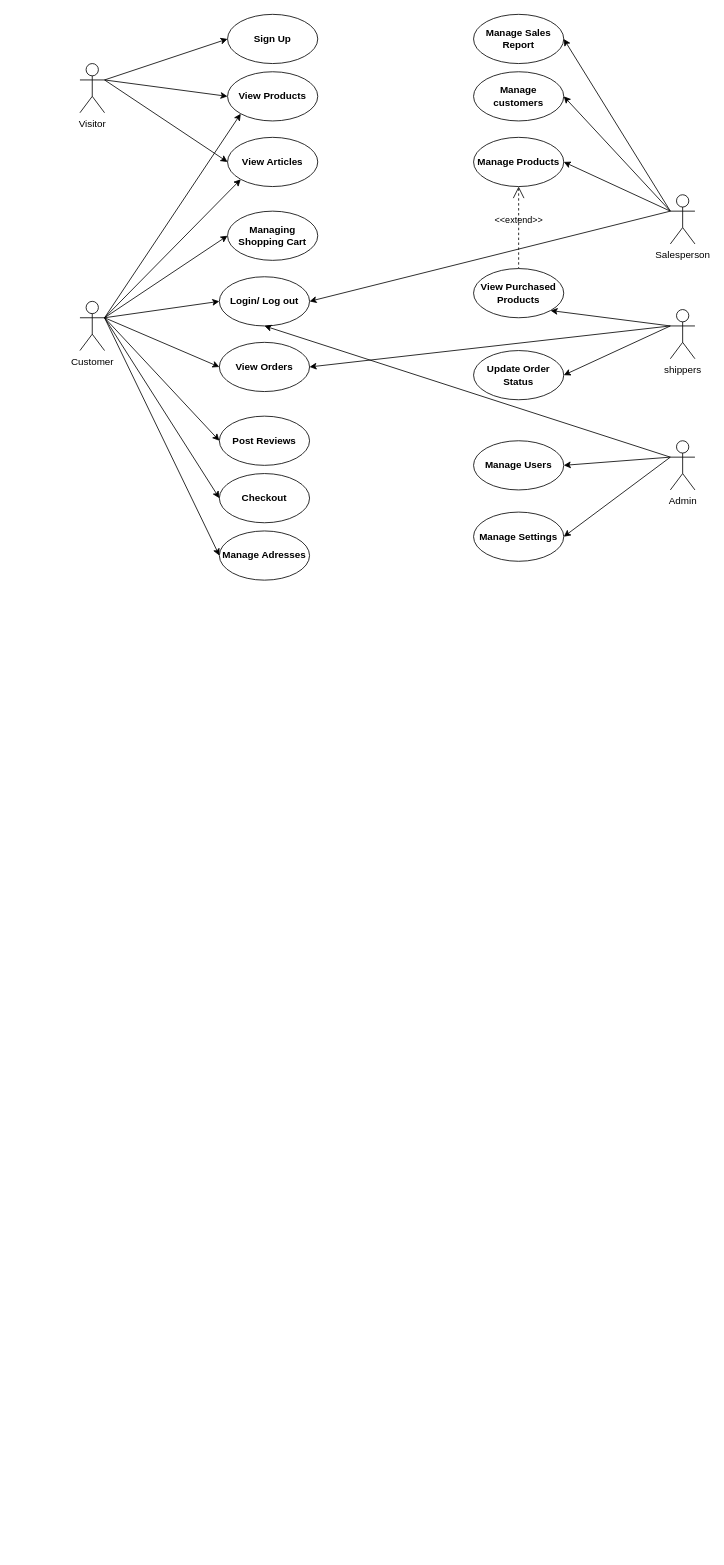
Above: page "OverView" (1 of 5) of 03-Solution Design/02-Use Case, Classes, Database/Use Case.drawio in Chufeng-Jiang/Java_SpringBoot_DubaiShop_E-Commerce (draw.io), before the change. Source tidied: cells renumbered, new cells numbered last; positions are measured from the earlier drawing's top-left corner, leaving out a move shared by most shapes. Both pictures are drawn from the tidied source at 82%, with x=0, y=0 at pixel (80, 14).
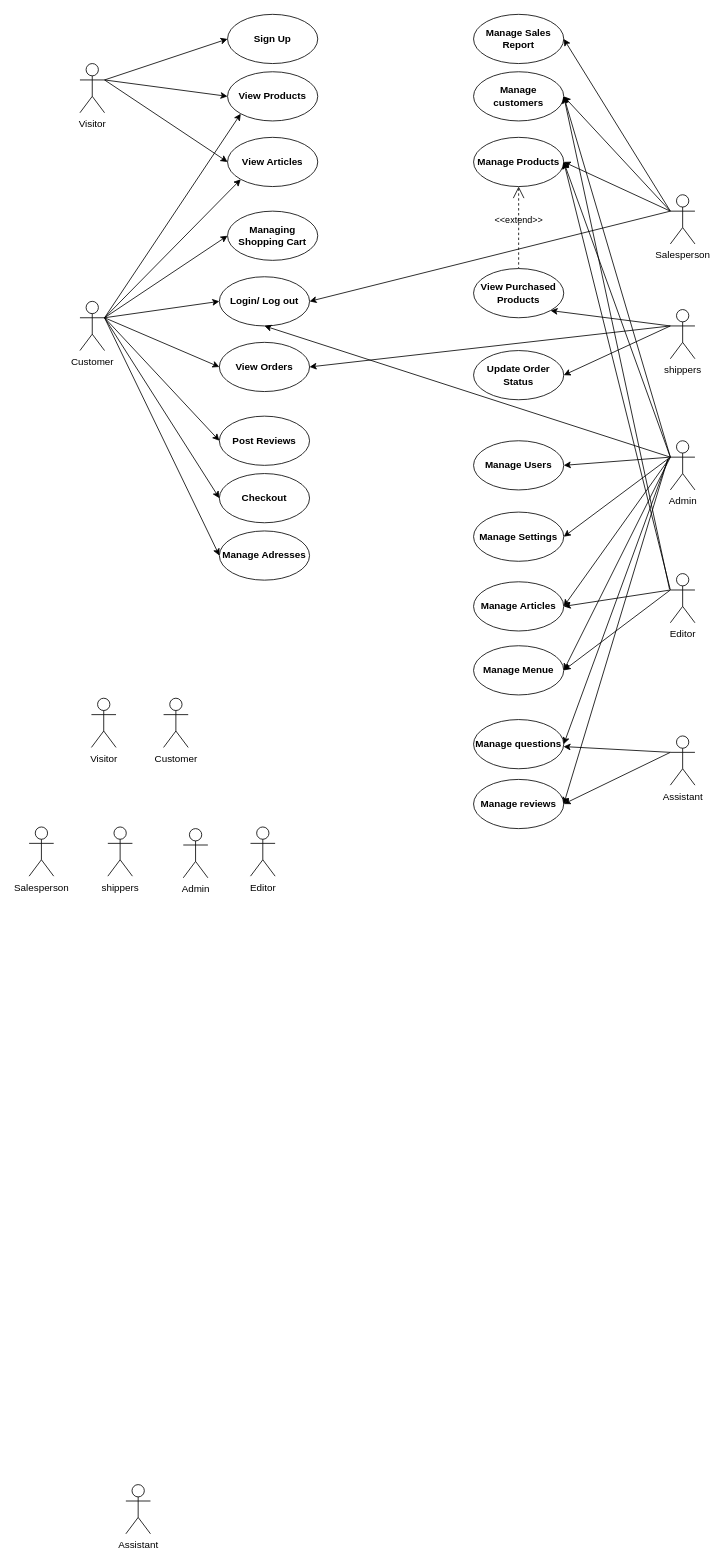
The same page after the edit.

Unchanged cells that the change refers to:
```xml
<mxCell id="14" value="Manage customers" style="shape=ellipse;html=1;strokeWidth=1;fontStyle=1;whiteSpace=wrap;align=center;perimeter=ellipsePerimeter;" parent="1" vertex="1">
  <mxGeometry x="480" y="70" width="110" height="60" as="geometry" />
</mxCell>
<mxCell id="15" value="Manage Products" style="shape=ellipse;html=1;strokeWidth=1;fontStyle=1;whiteSpace=wrap;align=center;perimeter=ellipsePerimeter;" parent="1" vertex="1">
  <mxGeometry x="480" y="150" width="110" height="60" as="geometry" />
</mxCell>
<mxCell id="38" value="Admin" style="shape=umlActor;html=1;verticalLabelPosition=bottom;verticalAlign=top;align=center;" parent="1" vertex="1">
  <mxGeometry x="720" y="520" width="30" height="60" as="geometry" />
</mxCell>
```

Change to the diagram source:
```diff
@@
+    <mxCell id="45" value="Assistant" style="shape=umlActor;html=1;verticalLabelPosition=bottom;verticalAlign=top;align=center;" parent="1" vertex="1">
+      <mxGeometry x="720" y="880" width="30" height="60" as="geometry" />
+    </mxCell>
+    <mxCell id="46" value="Manage questions" style="shape=ellipse;html=1;strokeWidth=1;fontStyle=1;whiteSpace=wrap;align=center;perimeter=ellipsePerimeter;" parent="1" vertex="1">
+      <mxGeometry x="480" y="860" width="110" height="60" as="geometry" />
+    </mxCell>
+    <mxCell id="47" value="Manage reviews" style="shape=ellipse;html=1;strokeWidth=1;fontStyle=1;whiteSpace=wrap;align=center;perimeter=ellipsePerimeter;" parent="1" vertex="1">
+      <mxGeometry x="480" y="933" width="110" height="60" as="geometry" />
+    </mxCell>
+    <mxCell id="48" style="endArrow=classic;html=1;rounded=0;exitX=0;exitY=0.3333333333333333;exitDx=0;exitDy=0;exitPerimeter=0;" parent="1" edge="1" source="45" target="46">
+      <mxGeometry relative="1" as="geometry" />
+    </mxCell>
+    <mxCell id="49" style="endArrow=classic;html=1;rounded=0;exitX=0;exitY=0.3333333333333333;exitDx=0;exitDy=0;exitPerimeter=0;entryX=1;entryY=0.5;entryDx=0;entryDy=0;" parent="1" edge="1" source="45" target="47">
+      <mxGeometry relative="1" as="geometry" />
+    </mxCell>
+    <mxCell id="50" value="Editor" style="shape=umlActor;html=1;verticalLabelPosition=bottom;verticalAlign=top;align=center;" parent="1" vertex="1">
+      <mxGeometry x="720" y="682" width="30" height="60" as="geometry" />
+    </mxCell>
+    <mxCell id="51" value="Manage Articles" style="shape=ellipse;html=1;strokeWidth=1;fontStyle=1;whiteSpace=wrap;align=center;perimeter=ellipsePerimeter;" parent="1" vertex="1">
+      <mxGeometry x="480" y="692" width="110" height="60" as="geometry" />
+    </mxCell>
+    <mxCell id="52" value="Manage Menue" style="shape=ellipse;html=1;strokeWidth=1;fontStyle=1;whiteSpace=wrap;align=center;perimeter=ellipsePerimeter;" parent="1" vertex="1">
+      <mxGeometry x="480" y="770" width="110" height="60" as="geometry" />
+    </mxCell>
+    <mxCell id="53" style="endArrow=classic;html=1;rounded=0;exitX=0;exitY=0.3333333333333333;exitDx=0;exitDy=0;exitPerimeter=0;entryX=1;entryY=0.5;entryDx=0;entryDy=0;" parent="1" edge="1" source="38" target="15">
+      <mxGeometry relative="1" as="geometry" />
+    </mxCell>
+    <mxCell id="54" style="endArrow=classic;html=1;rounded=0;exitX=0;exitY=0.3333333333333333;exitDx=0;exitDy=0;exitPerimeter=0;entryX=1;entryY=0.5;entryDx=0;entryDy=0;" parent="1" edge="1" source="38" target="51">
+      <mxGeometry relative="1" as="geometry" />
+    </mxCell>
+    <mxCell id="55" style="endArrow=classic;html=1;rounded=0;exitX=0;exitY=0.3333333333333333;exitDx=0;exitDy=0;exitPerimeter=0;entryX=1;entryY=0.5;entryDx=0;entryDy=0;" parent="1" edge="1" source="38" target="52">
+      <mxGeometry relative="1" as="geometry" />
+    </mxCell>
+    <mxCell id="56" style="endArrow=classic;html=1;rounded=0;exitX=0;exitY=0.3333333333333333;exitDx=0;exitDy=0;exitPerimeter=0;entryX=1;entryY=0.5;entryDx=0;entryDy=0;" parent="1" edge="1" source="50" target="15">
+      <mxGeometry relative="1" as="geometry" />
+    </mxCell>
+    <mxCell id="57" style="endArrow=classic;html=1;rounded=0;exitX=0;exitY=0.3333333333333333;exitDx=0;exitDy=0;exitPerimeter=0;entryX=1;entryY=0.5;entryDx=0;entryDy=0;" parent="1" edge="1" source="50" target="51">
+      <mxGeometry relative="1" as="geometry" />
+    </mxCell>
+    <mxCell id="58" style="endArrow=classic;html=1;rounded=0;exitX=0;exitY=0.3333333333333333;exitDx=0;exitDy=0;exitPerimeter=0;entryX=1;entryY=0.5;entryDx=0;entryDy=0;" parent="1" edge="1" source="50" target="52">
+      <mxGeometry relative="1" as="geometry" />
+    </mxCell>
+    <mxCell id="59" style="endArrow=classic;html=1;rounded=0;entryX=1;entryY=0.5;entryDx=0;entryDy=0;" parent="1" edge="1" target="46">
+      <mxGeometry relative="1" as="geometry">
+        <mxPoint x="717" y="543" as="sourcePoint" />
+      </mxGeometry>
+    </mxCell>
+    <mxCell id="60" style="endArrow=classic;html=1;rounded=0;entryX=1;entryY=0.5;entryDx=0;entryDy=0;" parent="1" edge="1" target="47">
+      <mxGeometry relative="1" as="geometry">
+        <mxPoint x="717" y="542" as="sourcePoint" />
+      </mxGeometry>
+    </mxCell>
+    <mxCell id="61" style="endArrow=classic;html=1;rounded=0;exitX=0;exitY=0.3333333333333333;exitDx=0;exitDy=0;exitPerimeter=0;entryX=1;entryY=0.5;entryDx=0;entryDy=0;" parent="1" edge="1" source="38" target="14">
+      <mxGeometry relative="1" as="geometry" />
+    </mxCell>
+    <mxCell id="62" style="endArrow=classic;html=1;rounded=0;entryX=1;entryY=0.5;entryDx=0;entryDy=0;" parent="1" edge="1" target="14">
+      <mxGeometry relative="1" as="geometry">
+        <mxPoint x="719" y="701" as="sourcePoint" />
+      </mxGeometry>
+    </mxCell>
+    <mxCell id="63" value="Visitor" style="shape=umlActor;html=1;verticalLabelPosition=bottom;verticalAlign=top;align=center;" parent="1" vertex="1">
+      <mxGeometry x="14" y="834" width="30" height="60" as="geometry" />
+    </mxCell>
+    <mxCell id="64" value="&lt;div&gt;Customer&lt;/div&gt;" style="shape=umlActor;html=1;verticalLabelPosition=bottom;verticalAlign=top;align=center;" parent="1" vertex="1">
+      <mxGeometry x="102" y="834" width="30" height="60" as="geometry" />
+    </mxCell>
+    <mxCell id="65" value="Salesperson" style="shape=umlActor;html=1;verticalLabelPosition=bottom;verticalAlign=top;align=center;" parent="1" vertex="1">
+      <mxGeometry x="-62" y="991" width="30" height="60" as="geometry" />
+    </mxCell>
+    <mxCell id="66" value="shippers" style="shape=umlActor;html=1;verticalLabelPosition=bottom;verticalAlign=top;align=center;" parent="1" vertex="1">
+      <mxGeometry x="34" y="991" width="30" height="60" as="geometry" />
+    </mxCell>
+    <mxCell id="67" value="Admin" style="shape=umlActor;html=1;verticalLabelPosition=bottom;verticalAlign=top;align=center;" parent="1" vertex="1">
+      <mxGeometry x="126" y="993" width="30" height="60" as="geometry" />
+    </mxCell>
+    <mxCell id="68" value="Assistant" style="shape=umlActor;html=1;verticalLabelPosition=bottom;verticalAlign=top;align=center;" parent="1" vertex="1">
+      <mxGeometry x="56" y="1793" width="30" height="60" as="geometry" />
+    </mxCell>
+    <mxCell id="69" value="Editor" style="shape=umlActor;html=1;verticalLabelPosition=bottom;verticalAlign=top;align=center;" parent="1" vertex="1">
+      <mxGeometry x="208" y="991" width="30" height="60" as="geometry" />
+    </mxCell>
```
